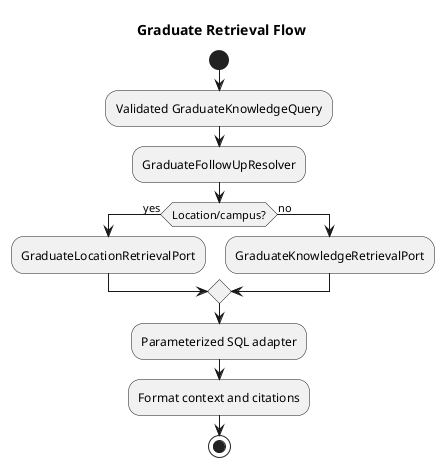
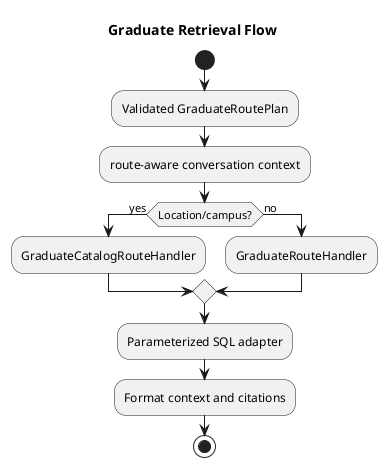
@startuml
title Graduate Retrieval Flow
start
- :Validated GraduateKnowledgeQuery;
- :GraduateFollowUpResolver;
+ :Validated GraduateRoutePlan;
+ :route-aware conversation context;
if (Location/campus?) then (yes)
-   :GraduateLocationRetrievalPort;
+   :GraduateCatalogRouteHandler;
else (no)
-   :GraduateKnowledgeRetrievalPort;
+   :GraduateRouteHandler;
endif
:Parameterized SQL adapter;
:Format context and citations;
stop
@enduml
